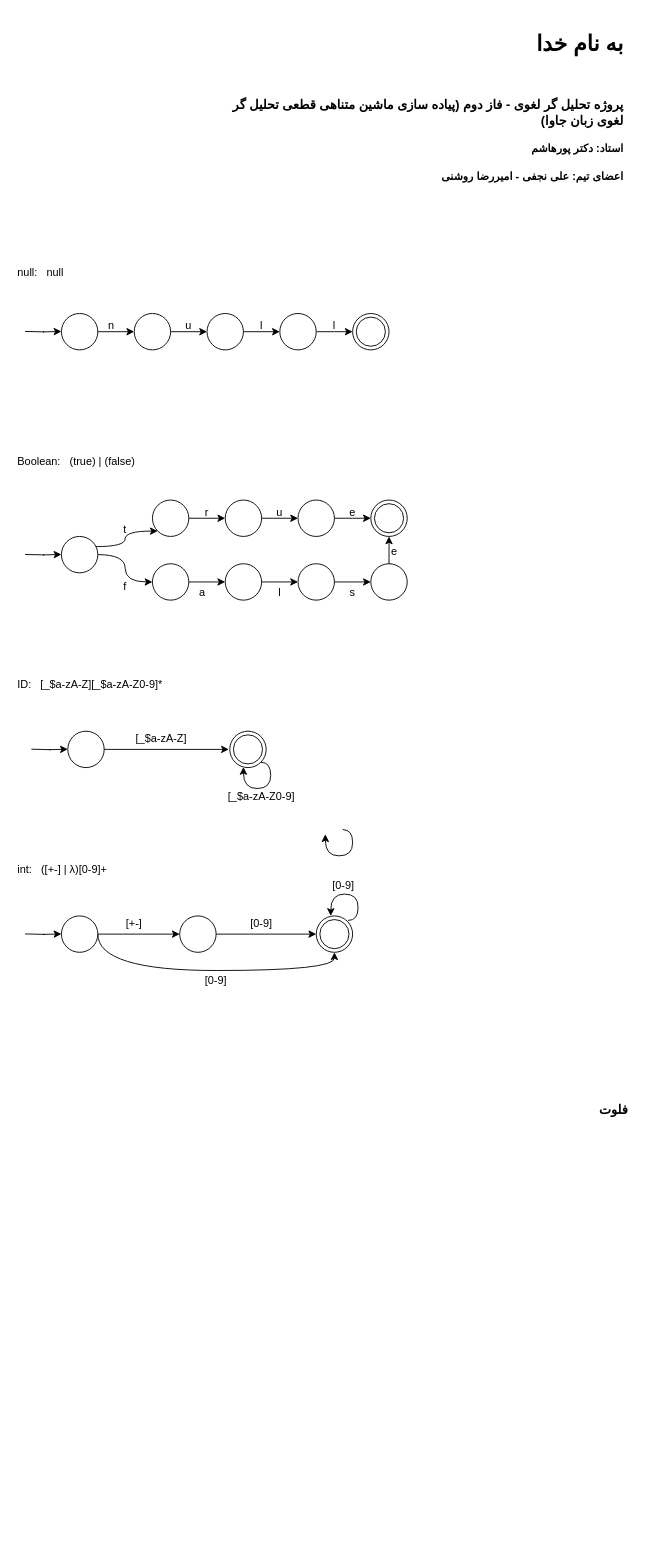
Earlier version of the draw.io diagram dfa.drawio (pureAliNajafi/lexical-compiler-dfa-diagrams). Source tidied: cells renumbered, new cells numbered last; positions are measured from the earlier drawing's top-left corner, leaving out a move shared by most shapes. Both pictures are drawn from the tidied source at 91%, with x=0, y=0 at pixel (15, 31).
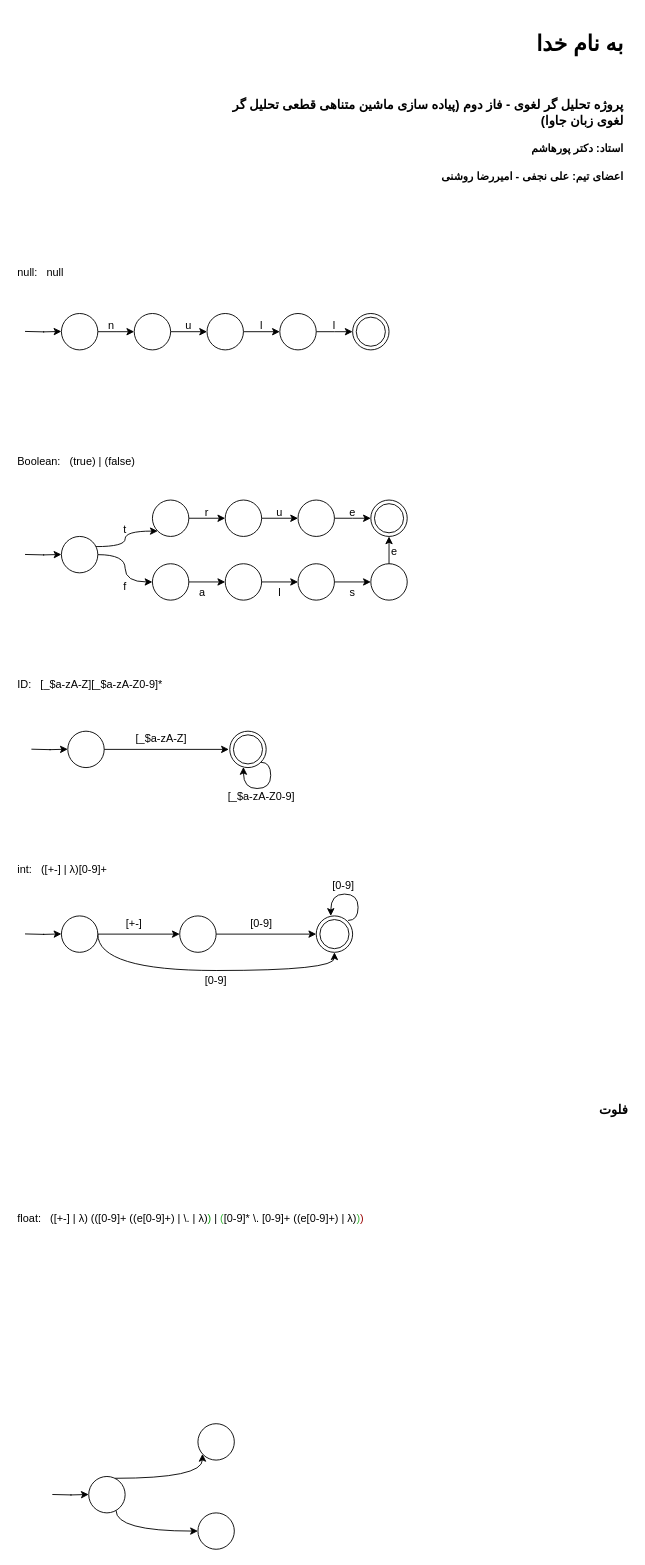
After the change.

Diff of the diagram source:
```diff
@@
-    <mxCell id="61" style="edgeStyle=orthogonalEdgeStyle;rounded=0;orthogonalLoop=1;jettySize=auto;html=1;curved=1;exitX=1;exitY=1;exitDx=0;exitDy=0;" parent="1" edge="1">
-      <mxGeometry relative="1" as="geometry">
-        <mxPoint x="359.1" y="877.1" as="sourcePoint" />
-        <mxPoint x="340" y="882.3" as="targetPoint" />
-        <Array as="points">
-          <mxPoint x="370" y="877" />
-          <mxPoint x="370" y="906" />
-          <mxPoint x="340" y="906" />
-        </Array>
-      </mxGeometry>
-    </mxCell>
@@
+    <mxCell id="70" value="float:&amp;nbsp; &amp;nbsp;([+-] | λ) &lt;font style=&quot;color: light-dark(rgb(0, 0, 0), rgb(153, 0, 0));&quot;&gt;(&lt;/font&gt;&lt;font style=&quot;&quot;&gt;&lt;font style=&quot;color: light-dark(rgb(0, 0, 0), rgb(0, 153, 0));&quot;&gt;(&lt;/font&gt;[0-9]+ ((e[0-9]+) | \. |&amp;nbsp;λ)&lt;/font&gt;&lt;span style=&quot;color: rgb(0, 153, 0);&quot;&gt;)&amp;nbsp;&lt;/span&gt;| &lt;span style=&quot;color: rgb(50, 181, 50);&quot;&gt;(&lt;/span&gt;[0-9]* \. [0-9]+ ((e[0-9]+) | λ)&lt;span style=&quot;color: rgb(50, 181, 50);&quot;&gt;)&lt;/span&gt;&lt;span style=&quot;color: rgb(153, 0, 0);&quot;&gt;)&lt;/span&gt;" style="text;html=1;align=left;verticalAlign=middle;whiteSpace=wrap;rounded=0;" parent="1" vertex="1">
+      <mxGeometry y="1290" width="440" height="30" as="geometry" />
+    </mxCell>
+    <mxCell id="71" style="edgeStyle=orthogonalEdgeStyle;rounded=0;jettySize=auto;html=1;curved=1;" parent="1" edge="1" source="73" target="75">
+      <mxGeometry relative="1" as="geometry">
+        <Array as="points">
+          <mxPoint x="205" y="1590" />
+        </Array>
+      </mxGeometry>
+    </mxCell>
+    <mxCell id="72" style="edgeStyle=orthogonalEdgeStyle;rounded=0;jettySize=auto;html=1;curved=1;" parent="1" edge="1" source="73" target="76">
+      <mxGeometry relative="1" as="geometry">
+        <Array as="points">
+          <mxPoint x="110" y="1648" />
+        </Array>
+      </mxGeometry>
+    </mxCell>
+    <mxCell id="73" style="ellipse;whiteSpace=wrap;html=1;" parent="1" vertex="1">
+      <mxGeometry x="80" y="1588" width="40" height="40" as="geometry" />
+    </mxCell>
+    <mxCell id="74" style="edgeStyle=orthogonalEdgeStyle;rounded=0;orthogonalLoop=1;jettySize=auto;html=1;" parent="1" edge="1">
+      <mxGeometry relative="1" as="geometry">
+        <mxPoint x="40" y="1607.8" as="sourcePoint" />
+        <mxPoint x="80" y="1607.8" as="targetPoint" />
+      </mxGeometry>
+    </mxCell>
+    <mxCell id="75" style="ellipse;whiteSpace=wrap;html=1;" parent="1" vertex="1">
+      <mxGeometry x="200" y="1530" width="40" height="40" as="geometry" />
+    </mxCell>
+    <mxCell id="76" style="ellipse;whiteSpace=wrap;html=1;" parent="1" vertex="1">
+      <mxGeometry x="200" y="1628" width="40" height="40" as="geometry" />
+    </mxCell>
```
